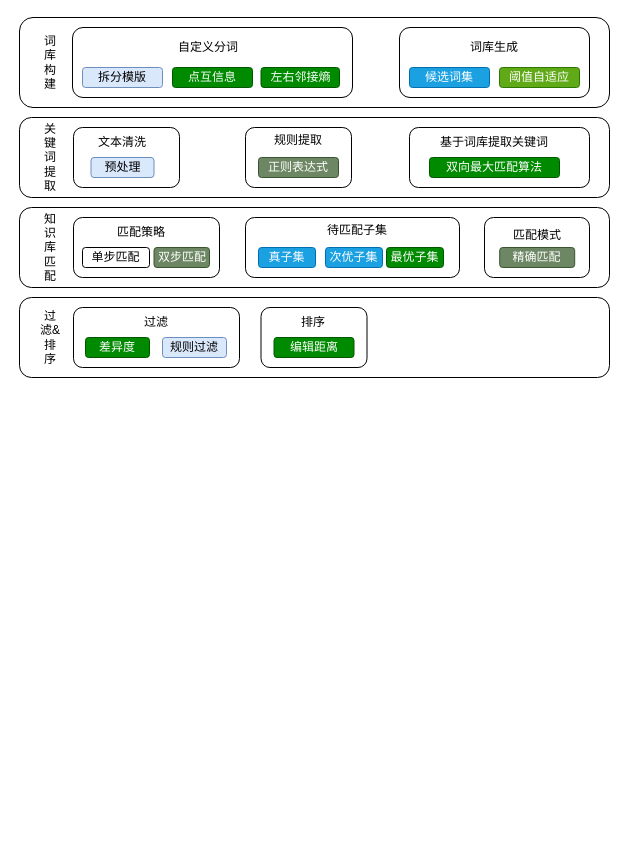
Earlier version of the draw.io diagram Untitled Diagram.drawio (seriesc/free-programming-books). Source tidied: cells renumbered, new cells numbered last; positions are measured from the earlier drawing's top-left corner, leaving out a move shared by most shapes. Both pictures are drawn from the tidied source at 100%, with x=0, y=0 at pixel (19, 17).
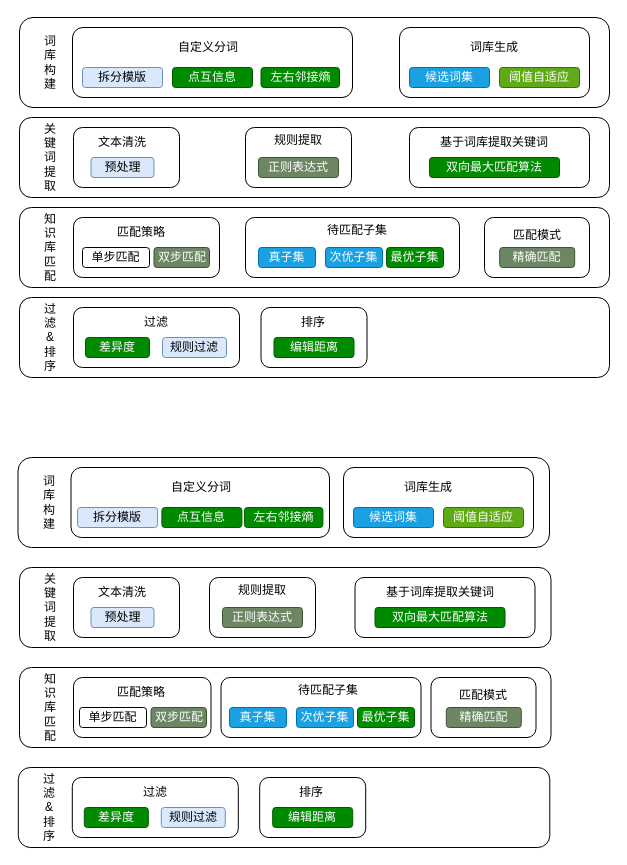
After the change.

What changed in the source:
```diff
@@
-    <mxCell id="39" value="过滤&amp;amp;排序" style="rounded=1;whiteSpace=wrap;html=1;strokeColor=#FFFFFF;" parent="1" vertex="1">
+    <mxCell id="39" value="过滤&lt;br&gt;&amp;amp;&lt;br&gt;排序" style="rounded=1;whiteSpace=wrap;html=1;strokeColor=#FFFFFF;" parent="1" vertex="1">
       <mxGeometry x="20" y="290" width="22.2" height="60" as="geometry" />
     </mxCell>
@@
+    <mxCell id="47" style="rounded=1;whiteSpace=wrap;html=1;" parent="1" vertex="1">
+      <mxGeometry x="-1.5" y="440" width="531.5" height="90" as="geometry" />
+    </mxCell>
+    <mxCell id="48" value="词库构建" style="rounded=1;whiteSpace=wrap;html=1;strokeColor=#FFFFFF;" parent="1" vertex="1">
+      <mxGeometry x="18.5" y="455" width="22.2" height="60" as="geometry" />
+    </mxCell>
+    <mxCell id="49" style="rounded=1;whiteSpace=wrap;html=1;" parent="1" vertex="1">
+      <mxGeometry x="51.5" y="450" width="258.5" height="70" as="geometry" />
+    </mxCell>
+    <mxCell id="50" style="rounded=1;whiteSpace=wrap;html=1;" parent="1" vertex="1">
+      <mxGeometry x="324" y="450" width="190" height="70" as="geometry" />
+    </mxCell>
+    <mxCell id="51" value="拆分模版" style="rounded=1;whiteSpace=wrap;html=1;fillColor=#dae8fc;strokeColor=#6c8ebf;" parent="1" vertex="1">
+      <mxGeometry x="58.1" y="490" width="80" height="20" as="geometry" />
+    </mxCell>
+    <mxCell id="52" value="点互信息" style="rounded=1;whiteSpace=wrap;html=1;fillColor=#008a00;strokeColor=#005700;fontColor=#ffffff;" parent="1" vertex="1">
+      <mxGeometry x="142.4" y="490" width="80" height="20" as="geometry" />
+    </mxCell>
+    <mxCell id="53" value="左右邻接熵" style="rounded=1;whiteSpace=wrap;html=1;fillColor=#008a00;strokeColor=#005700;fontColor=#ffffff;" parent="1" vertex="1">
+      <mxGeometry x="224.9" y="490" width="78.5" height="20" as="geometry" />
+    </mxCell>
+    <mxCell id="54" value="阈值自适应" style="rounded=1;whiteSpace=wrap;html=1;fillColor=#60a917;strokeColor=#2D7600;fontColor=#ffffff;" parent="1" vertex="1">
+      <mxGeometry x="424" y="490" width="80" height="20" as="geometry" />
+    </mxCell>
+    <mxCell id="55" value="自定义分词" style="rounded=1;whiteSpace=wrap;html=1;strokeColor=#FFFFFF;" parent="1" vertex="1">
+      <mxGeometry x="125" y="460" width="114" height="20" as="geometry" />
+    </mxCell>
+    <mxCell id="56" value="词库生成" style="rounded=1;whiteSpace=wrap;html=1;strokeColor=#FFFFFF;" parent="1" vertex="1">
+      <mxGeometry x="379" y="460" width="60" height="20" as="geometry" />
+    </mxCell>
+    <mxCell id="57" value="候选词集" style="rounded=1;whiteSpace=wrap;html=1;fillColor=#1ba1e2;strokeColor=#006EAF;fontColor=#ffffff;" parent="1" vertex="1">
+      <mxGeometry x="334" y="490" width="80" height="20" as="geometry" />
+    </mxCell>
+    <mxCell id="58" style="rounded=1;whiteSpace=wrap;html=1;" parent="1" vertex="1">
+      <mxGeometry y="550" width="531.5" height="80" as="geometry" />
+    </mxCell>
+    <mxCell id="59" value="关键词提取" style="rounded=1;whiteSpace=wrap;html=1;strokeColor=#FFFFFF;" parent="1" vertex="1">
+      <mxGeometry x="20" y="560" width="22.2" height="60" as="geometry" />
+    </mxCell>
+    <mxCell id="60" style="rounded=1;whiteSpace=wrap;html=1;" parent="1" vertex="1">
+      <mxGeometry x="54" y="560" width="106" height="60" as="geometry" />
+    </mxCell>
+    <mxCell id="61" value="文本清洗" style="rounded=1;whiteSpace=wrap;html=1;strokeColor=#FFFFFF;" parent="1" vertex="1">
+      <mxGeometry x="63" y="565" width="80" height="20" as="geometry" />
+    </mxCell>
+    <mxCell id="62" value="预处理" style="rounded=1;whiteSpace=wrap;html=1;fillColor=#dae8fc;strokeColor=#6c8ebf;" parent="1" vertex="1">
+      <mxGeometry x="71.5" y="590" width="63" height="20" as="geometry" />
+    </mxCell>
+    <mxCell id="63" style="rounded=1;whiteSpace=wrap;html=1;" parent="1" vertex="1">
+      <mxGeometry x="190" y="560" width="106" height="60" as="geometry" />
+    </mxCell>
+    <mxCell id="64" style="rounded=1;whiteSpace=wrap;html=1;" parent="1" vertex="1">
+      <mxGeometry x="335.5" y="560" width="180" height="60" as="geometry" />
+    </mxCell>
+    <mxCell id="65" value="规则提取" style="rounded=1;whiteSpace=wrap;html=1;strokeColor=#FFFFFF;" parent="1" vertex="1">
+      <mxGeometry x="203" y="565" width="80" height="15" as="geometry" />
+    </mxCell>
+    <mxCell id="66" value="基于词库提取关键词" style="rounded=1;whiteSpace=wrap;html=1;strokeColor=#FFFFFF;" parent="1" vertex="1">
+      <mxGeometry x="365.8" y="565" width="110" height="20" as="geometry" />
+    </mxCell>
+    <mxCell id="67" value="正则表达式" style="rounded=1;whiteSpace=wrap;html=1;fillColor=#6d8764;strokeColor=#3A5431;fontColor=#ffffff;" parent="1" vertex="1">
+      <mxGeometry x="203" y="590" width="80" height="20" as="geometry" />
+    </mxCell>
+    <mxCell id="68" value="双向最大匹配算法" style="rounded=1;whiteSpace=wrap;html=1;fillColor=#008a00;strokeColor=#005700;fontColor=#ffffff;" parent="1" vertex="1">
+      <mxGeometry x="355.5" y="590" width="130" height="20" as="geometry" />
+    </mxCell>
+    <mxCell id="69" style="rounded=1;whiteSpace=wrap;html=1;" parent="1" vertex="1">
+      <mxGeometry y="650" width="531.5" height="80" as="geometry" />
+    </mxCell>
+    <mxCell id="70" value="知识库匹配" style="rounded=1;whiteSpace=wrap;html=1;strokeColor=#FFFFFF;" parent="1" vertex="1">
+      <mxGeometry x="20" y="660" width="22.2" height="60" as="geometry" />
+    </mxCell>
+    <mxCell id="71" style="rounded=1;whiteSpace=wrap;html=1;" parent="1" vertex="1">
+      <mxGeometry x="54" y="660" width="137.5" height="60" as="geometry" />
+    </mxCell>
+    <mxCell id="72" value="匹配策略" style="rounded=1;whiteSpace=wrap;html=1;strokeColor=#FFFFFF;" parent="1" vertex="1">
+      <mxGeometry x="82" y="665" width="80" height="20" as="geometry" />
+    </mxCell>
+    <mxCell id="73" value="单步匹配" style="rounded=1;whiteSpace=wrap;html=1;" parent="1" vertex="1">
+      <mxGeometry x="60" y="690" width="67" height="20" as="geometry" />
+    </mxCell>
+    <mxCell id="74" style="rounded=1;whiteSpace=wrap;html=1;" parent="1" vertex="1">
+      <mxGeometry x="201.5" y="660" width="200" height="60" as="geometry" />
+    </mxCell>
+    <mxCell id="75" style="rounded=1;whiteSpace=wrap;html=1;" parent="1" vertex="1">
+      <mxGeometry x="411.5" y="660" width="105" height="60" as="geometry" />
+    </mxCell>
+    <mxCell id="76" value="待匹配子集" style="rounded=1;whiteSpace=wrap;html=1;strokeColor=#FFFFFF;" parent="1" vertex="1">
+      <mxGeometry x="264" y="665" width="90" height="15" as="geometry" />
+    </mxCell>
+    <mxCell id="77" value="匹配模式" style="rounded=1;whiteSpace=wrap;html=1;strokeColor=#FFFFFF;" parent="1" vertex="1">
+      <mxGeometry x="420.2" y="665" width="87.5" height="25" as="geometry" />
+    </mxCell>
+    <mxCell id="78" value="真子集" style="rounded=1;whiteSpace=wrap;html=1;fillColor=#1ba1e2;strokeColor=#006EAF;fontColor=#ffffff;" parent="1" vertex="1">
+      <mxGeometry x="210" y="690" width="57" height="20" as="geometry" />
+    </mxCell>
+    <mxCell id="79" value="精确匹配" style="rounded=1;whiteSpace=wrap;html=1;fillColor=#6d8764;strokeColor=#3A5431;fontColor=#ffffff;" parent="1" vertex="1">
+      <mxGeometry x="426.8" y="690" width="75" height="20" as="geometry" />
+    </mxCell>
+    <mxCell id="80" value="次优子集" style="rounded=1;whiteSpace=wrap;html=1;fillColor=#1ba1e2;strokeColor=#006EAF;fontColor=#ffffff;" parent="1" vertex="1">
+      <mxGeometry x="277" y="690" width="57" height="20" as="geometry" />
+    </mxCell>
+    <mxCell id="81" value="最优子集" style="rounded=1;whiteSpace=wrap;html=1;fillColor=#008a00;strokeColor=#005700;fontColor=#ffffff;" parent="1" vertex="1">
+      <mxGeometry x="338" y="690" width="57" height="20" as="geometry" />
+    </mxCell>
+    <mxCell id="82" value="双步匹配" style="rounded=1;whiteSpace=wrap;html=1;fillColor=#6d8764;strokeColor=#3A5431;fontColor=#ffffff;" parent="1" vertex="1">
+      <mxGeometry x="131.5" y="690" width="55.5" height="20" as="geometry" />
+    </mxCell>
+    <mxCell id="83" style="rounded=1;whiteSpace=wrap;html=1;" parent="1" vertex="1">
+      <mxGeometry x="-1.2" y="750" width="531.5" height="80" as="geometry" />
+    </mxCell>
+    <mxCell id="84" value="过滤&lt;br&gt;&amp;amp;&lt;br&gt;排序" style="rounded=1;whiteSpace=wrap;html=1;strokeColor=#FFFFFF;" parent="1" vertex="1">
+      <mxGeometry x="18.8" y="760" width="22.2" height="60" as="geometry" />
+    </mxCell>
+    <mxCell id="85" style="rounded=1;whiteSpace=wrap;html=1;" parent="1" vertex="1">
+      <mxGeometry x="52.8" y="760" width="166" height="60" as="geometry" />
+    </mxCell>
+    <mxCell id="86" value="过滤" style="rounded=1;whiteSpace=wrap;html=1;strokeColor=#FFFFFF;" parent="1" vertex="1">
+      <mxGeometry x="95.8" y="765" width="80" height="20" as="geometry" />
+    </mxCell>
+    <mxCell id="87" value="差异度" style="rounded=1;whiteSpace=wrap;html=1;fillColor=#008a00;strokeColor=#005700;fontColor=#ffffff;" parent="1" vertex="1">
+      <mxGeometry x="64.8" y="790" width="64" height="20" as="geometry" />
+    </mxCell>
+    <mxCell id="88" style="rounded=1;whiteSpace=wrap;html=1;" parent="1" vertex="1">
+      <mxGeometry x="240.2" y="760" width="106" height="60" as="geometry" />
+    </mxCell>
+    <mxCell id="89" value="排序" style="rounded=1;whiteSpace=wrap;html=1;strokeColor=#FFFFFF;" parent="1" vertex="1">
+      <mxGeometry x="260.2" y="765" width="64" height="20" as="geometry" />
+    </mxCell>
+    <mxCell id="90" value="编辑距离" style="rounded=1;whiteSpace=wrap;html=1;fillColor=#008a00;strokeColor=#005700;fontColor=#ffffff;" parent="1" vertex="1">
+      <mxGeometry x="253.2" y="790" width="80" height="20" as="geometry" />
+    </mxCell>
+    <mxCell id="91" value="规则过滤" style="rounded=1;whiteSpace=wrap;html=1;fillColor=#dae8fc;strokeColor=#6c8ebf;" parent="1" vertex="1">
+      <mxGeometry x="141.8" y="790" width="64" height="20" as="geometry" />
+    </mxCell>
```
